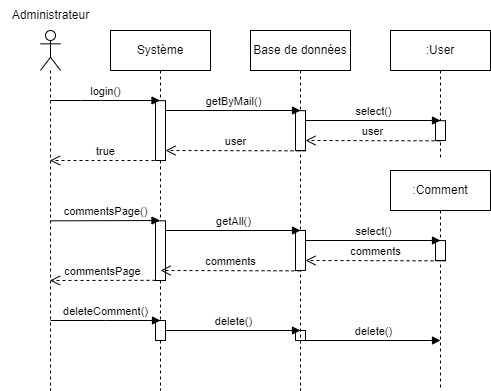
Earlier version of the draw.io export diagrammes/séquences/2-Suppression d'un commentaire.png (Simoncharbonnier/OCP5). Source tidied: cells renumbered, new cells last; positions are measured from the earlier drawing's top-left corner, leaving out a move shared by most shapes.
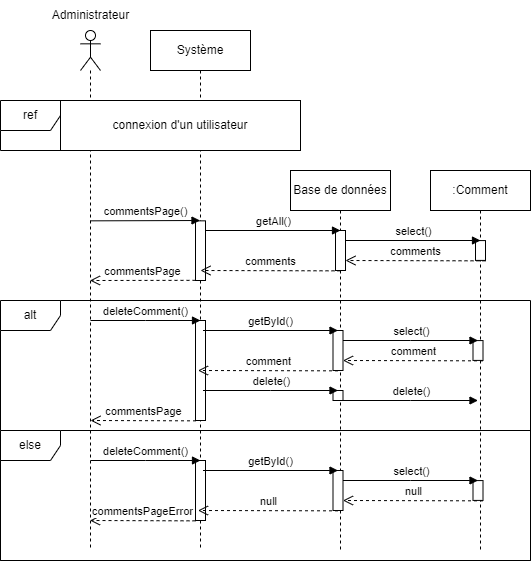
The same file after the commit.

The edit, as a diff of the source:
```diff
@@ -3,97 +3,29 @@
     <mxCell id="0" />
     <mxCell id="1" parent="0" />
     <mxCell id="2" style="shape=umlLifeline;perimeter=lifelinePerimeter;whiteSpace=wrap;html=1;outlineConnect=0;portConstraint=eastwest;newEdgeStyle={&quot;edgeStyle&quot;:&quot;elbowEdgeStyle&quot;,&quot;elbow&quot;:&quot;vertical&quot;,&quot;curved&quot;:0,&quot;rounded&quot;:0};participant=umlActor;" parent="1" vertex="1">
-      <mxGeometry x="40" y="30" width="20" height="360" as="geometry" />
+      <mxGeometry x="40" y="30" width="20" height="520" as="geometry" />
     </mxCell>
     <mxCell id="3" value="Administrateur" style="text;html=1;align=center;verticalAlign=middle;strokeColor=none;fillColor=none;" parent="1" vertex="1">
       <mxGeometry width="100" height="30" as="geometry" />
     </mxCell>
     <mxCell id="4" value="Système" style="shape=umlLifeline;perimeter=lifelinePerimeter;whiteSpace=wrap;html=1;outlineConnect=0;portConstraint=eastwest;newEdgeStyle={&quot;edgeStyle&quot;:&quot;elbowEdgeStyle&quot;,&quot;elbow&quot;:&quot;vertical&quot;,&quot;curved&quot;:0,&quot;rounded&quot;:0};" parent="1" vertex="1">
-      <mxGeometry x="110" y="30" width="100" height="360" as="geometry" />
+      <mxGeometry x="110" y="30" width="100" height="520" as="geometry" />
     </mxCell>
     <mxCell id="5" style="html=1;points=[];perimeter=orthogonalPerimeter;outlineConnect=0;targetShapes=umlLifeline;portConstraint=eastwest;newEdgeStyle={&quot;edgeStyle&quot;:&quot;elbowEdgeStyle&quot;,&quot;elbow&quot;:&quot;vertical&quot;,&quot;curved&quot;:0,&quot;rounded&quot;:0};" parent="4" vertex="1">
       <mxGeometry x="45" y="190.3" width="10" height="59.7" as="geometry" />
     </mxCell>
-    <mxCell id="6" style="html=1;points=[];perimeter=orthogonalPerimeter;outlineConnect=0;targetShapes=umlLifeline;portConstraint=eastwest;newEdgeStyle={&quot;edgeStyle&quot;:&quot;elbowEdgeStyle&quot;,&quot;elbow&quot;:&quot;vertical&quot;,&quot;curved&quot;:0,&quot;rounded&quot;:0};" parent="4" vertex="1">
-      <mxGeometry x="45" y="70.2" width="10" height="59.8" as="geometry" />
-    </mxCell>
-    <mxCell id="7" style="html=1;perimeter=orthogonalPerimeter;targetShapes=umlLifeline;newEdgeStyle={&quot;edgeStyle&quot;:&quot;elbowEdgeStyle&quot;,&quot;elbow&quot;:&quot;vertical&quot;,&quot;curved&quot;:0,&quot;rounded&quot;:0};" parent="4" vertex="1">
-      <mxGeometry x="45" y="290" width="10" height="20" as="geometry" />
-    </mxCell>
-    <mxCell id="8" style="html=1;points=[];perimeter=orthogonalPerimeter;outlineConnect=0;targetShapes=umlLifeline;portConstraint=eastwest;newEdgeStyle={&quot;edgeStyle&quot;:&quot;elbowEdgeStyle&quot;,&quot;elbow&quot;:&quot;vertical&quot;,&quot;curved&quot;:0,&quot;rounded&quot;:0};" parent="4" vertex="1">
-      <mxGeometry x="185" y="300" width="10" height="10" as="geometry" />
-    </mxCell>
-    <mxCell id="9" value="delete()" style="html=1;verticalAlign=bottom;endArrow=block;edgeStyle=elbowEdgeStyle;elbow=vertical;curved=0;rounded=0;" parent="4" edge="1">
-      <mxGeometry relative="1" as="geometry">
-        <mxPoint x="55" y="300" as="sourcePoint" />
-        <mxPoint x="190" y="300" as="targetPoint" />
-      </mxGeometry>
-    </mxCell>
-    <mxCell id="10" value="delete()" style="html=1;verticalAlign=bottom;endArrow=block;edgeStyle=elbowEdgeStyle;elbow=vertical;curved=0;rounded=0;" parent="4" edge="1" source="8">
-      <mxGeometry relative="1" as="geometry">
-        <mxPoint x="330" y="310" as="targetPoint" />
-      </mxGeometry>
-    </mxCell>
-    <mxCell id="11" value="deleteComment()" style="html=1;verticalAlign=bottom;endArrow=block;edgeStyle=elbowEdgeStyle;elbow=vertical;curved=0;rounded=0;" parent="4" edge="1">
-      <mxGeometry relative="1" as="geometry">
-        <mxPoint x="-60" y="290" as="sourcePoint" />
-        <mxPoint x="50" y="290" as="targetPoint" />
-      </mxGeometry>
-    </mxCell>
     <mxCell id="12" value="Base de données" style="shape=umlLifeline;perimeter=lifelinePerimeter;whiteSpace=wrap;html=1;newEdgeStyle={&quot;edgeStyle&quot;:&quot;elbowEdgeStyle&quot;,&quot;elbow&quot;:&quot;vertical&quot;,&quot;curved&quot;:0,&quot;rounded&quot;:0};" parent="1" vertex="1">
-      <mxGeometry x="250" y="30" width="100" height="360" as="geometry" />
+      <mxGeometry x="250" y="170" width="100" height="380" as="geometry" />
     </mxCell>
-    <mxCell id="13" style="html=1;points=[];perimeter=orthogonalPerimeter;outlineConnect=0;targetShapes=umlLifeline;portConstraint=eastwest;newEdgeStyle={&quot;edgeStyle&quot;:&quot;elbowEdgeStyle&quot;,&quot;elbow&quot;:&quot;vertical&quot;,&quot;curved&quot;:0,&quot;rounded&quot;:0};" parent="12" vertex="1">
-      <mxGeometry x="45" y="80.2" width="10" height="39.8" as="geometry" />
-    </mxCell>
     <mxCell id="14" style="html=1;points=[];perimeter=orthogonalPerimeter;outlineConnect=0;targetShapes=umlLifeline;portConstraint=eastwest;newEdgeStyle={&quot;edgeStyle&quot;:&quot;elbowEdgeStyle&quot;,&quot;elbow&quot;:&quot;vertical&quot;,&quot;curved&quot;:0,&quot;rounded&quot;:0};" parent="12" vertex="1">
-      <mxGeometry x="45" y="200" width="10" height="40" as="geometry" />
+      <mxGeometry x="45" y="60" width="10" height="40" as="geometry" />
     </mxCell>
-    <mxCell id="15" value=":User" style="shape=umlLifeline;perimeter=lifelinePerimeter;whiteSpace=wrap;html=1;newEdgeStyle={&quot;edgeStyle&quot;:&quot;elbowEdgeStyle&quot;,&quot;elbow&quot;:&quot;vertical&quot;,&quot;curved&quot;:0,&quot;rounded&quot;:0};" parent="1" vertex="1">
-      <mxGeometry x="390" y="30" width="100" height="130" as="geometry" />
-    </mxCell>
-    <mxCell id="16" style="html=1;perimeter=orthogonalPerimeter;targetShapes=umlLifeline;newEdgeStyle={&quot;edgeStyle&quot;:&quot;elbowEdgeStyle&quot;,&quot;elbow&quot;:&quot;vertical&quot;,&quot;curved&quot;:0,&quot;rounded&quot;:0};" parent="15" vertex="1">
-      <mxGeometry x="45" y="90.2" width="10" height="19.8" as="geometry" />
-    </mxCell>
     <mxCell id="17" value="commentsPage()" style="html=1;verticalAlign=bottom;endArrow=block;edgeStyle=elbowEdgeStyle;elbow=vertical;curved=0;rounded=0;" parent="1" edge="1">
       <mxGeometry relative="1" as="geometry">
         <mxPoint x="50" y="220.3" as="sourcePoint" />
         <mxPoint x="159.5" y="220.2" as="targetPoint" />
       </mxGeometry>
     </mxCell>
-    <mxCell id="18" value="login()" style="html=1;verticalAlign=bottom;endArrow=block;edgeStyle=elbowEdgeStyle;elbow=vertical;curved=0;rounded=0;" parent="1" edge="1" target="4">
-      <mxGeometry relative="1" as="geometry">
-        <mxPoint x="50" y="100" as="sourcePoint" />
-      </mxGeometry>
-    </mxCell>
-    <mxCell id="19" value="true" style="html=1;verticalAlign=bottom;endArrow=open;dashed=1;endSize=8;edgeStyle=elbowEdgeStyle;elbow=vertical;curved=0;rounded=0;" parent="1" edge="1" target="2">
-      <mxGeometry relative="1" as="geometry">
-        <mxPoint x="160" y="160" as="sourcePoint" />
-        <Array as="points">
-          <mxPoint x="130" y="160" />
-        </Array>
-      </mxGeometry>
-    </mxCell>
-    <mxCell id="20" value="getByMail()" style="html=1;verticalAlign=bottom;endArrow=block;edgeStyle=elbowEdgeStyle;elbow=vertical;curved=0;rounded=0;" parent="1" edge="1" source="6">
-      <mxGeometry relative="1" as="geometry">
-        <mxPoint x="300" y="110" as="targetPoint" />
-      </mxGeometry>
-    </mxCell>
-    <mxCell id="21" value="select()" style="html=1;verticalAlign=bottom;endArrow=block;edgeStyle=elbowEdgeStyle;elbow=vertical;curved=0;rounded=0;" parent="1" edge="1" source="13">
-      <mxGeometry relative="1" as="geometry">
-        <mxPoint x="440" y="120" as="targetPoint" />
-      </mxGeometry>
-    </mxCell>
-    <mxCell id="22" value="user" style="html=1;verticalAlign=bottom;endArrow=open;dashed=1;endSize=8;edgeStyle=elbowEdgeStyle;elbow=vertical;curved=0;rounded=0;" parent="1" edge="1" target="13">
-      <mxGeometry relative="1" as="geometry">
-        <mxPoint x="440" y="140.3" as="sourcePoint" />
-      </mxGeometry>
-    </mxCell>
-    <mxCell id="23" value="user" style="html=1;verticalAlign=bottom;endArrow=open;dashed=1;endSize=8;edgeStyle=elbowEdgeStyle;elbow=vertical;curved=0;rounded=0;" parent="1" edge="1" target="6">
-      <mxGeometry relative="1" as="geometry">
-        <mxPoint x="305" y="150.3" as="sourcePoint" />
-      </mxGeometry>
-    </mxCell>
     <mxCell id="24" value="commentsPage" style="html=1;verticalAlign=bottom;endArrow=open;dashed=1;endSize=8;edgeStyle=elbowEdgeStyle;elbow=vertical;curved=0;rounded=0;" parent="1" edge="1">
       <mxGeometry relative="1" as="geometry">
         <mxPoint x="155" y="279.8" as="sourcePoint" />
@@ -101,11 +33,123 @@
       </mxGeometry>
     </mxCell>
     <mxCell id="25" value=":Comment" style="shape=umlLifeline;perimeter=lifelinePerimeter;whiteSpace=wrap;html=1;newEdgeStyle={&quot;edgeStyle&quot;:&quot;elbowEdgeStyle&quot;,&quot;elbow&quot;:&quot;vertical&quot;,&quot;curved&quot;:0,&quot;rounded&quot;:0};" parent="1" vertex="1">
-      <mxGeometry x="390" y="170" width="100" height="220" as="geometry" />
+      <mxGeometry x="390" y="170" width="100" height="380" as="geometry" />
     </mxCell>
     <mxCell id="26" style="html=1;perimeter=orthogonalPerimeter;targetShapes=umlLifeline;newEdgeStyle={&quot;edgeStyle&quot;:&quot;elbowEdgeStyle&quot;,&quot;elbow&quot;:&quot;vertical&quot;,&quot;curved&quot;:0,&quot;rounded&quot;:0};" parent="25" vertex="1">
       <mxGeometry x="45" y="70.1" width="10" height="19.8" as="geometry" />
     </mxCell>
+    <mxCell id="31" style="html=1;perimeter=orthogonalPerimeter;targetShapes=umlLifeline;newEdgeStyle={&quot;edgeStyle&quot;:&quot;elbowEdgeStyle&quot;,&quot;elbow&quot;:&quot;vertical&quot;,&quot;curved&quot;:0,&quot;rounded&quot;:0};" parent="25" vertex="1">
+      <mxGeometry x="-235" y="150" width="10" height="100" as="geometry" />
+    </mxCell>
+    <mxCell id="32" value="deleteComment()" style="html=1;verticalAlign=bottom;endArrow=block;edgeStyle=elbowEdgeStyle;elbow=vertical;curved=0;rounded=0;" parent="25" edge="1">
+      <mxGeometry relative="1" as="geometry">
+        <mxPoint x="-340" y="150" as="sourcePoint" />
+        <mxPoint x="-230" y="150" as="targetPoint" />
+      </mxGeometry>
+    </mxCell>
+    <mxCell id="33" style="html=1;points=[];perimeter=orthogonalPerimeter;outlineConnect=0;targetShapes=umlLifeline;portConstraint=eastwest;newEdgeStyle={&quot;edgeStyle&quot;:&quot;elbowEdgeStyle&quot;,&quot;elbow&quot;:&quot;vertical&quot;,&quot;curved&quot;:0,&quot;rounded&quot;:0};" parent="25" vertex="1">
+      <mxGeometry x="-97.5" y="160" width="10" height="40" as="geometry" />
+    </mxCell>
+    <mxCell id="34" style="html=1;perimeter=orthogonalPerimeter;targetShapes=umlLifeline;newEdgeStyle={&quot;edgeStyle&quot;:&quot;elbowEdgeStyle&quot;,&quot;elbow&quot;:&quot;vertical&quot;,&quot;curved&quot;:0,&quot;rounded&quot;:0};" parent="25" vertex="1">
+      <mxGeometry x="42.5" y="170.1" width="10" height="19.8" as="geometry" />
+    </mxCell>
+    <mxCell id="35" value="getById()" style="html=1;verticalAlign=bottom;endArrow=block;edgeStyle=elbowEdgeStyle;elbow=vertical;curved=0;rounded=0;" parent="25" edge="1">
+      <mxGeometry relative="1" as="geometry">
+        <mxPoint x="-227.5" y="160" as="sourcePoint" />
+        <mxPoint x="-92.5" y="160" as="targetPoint" />
+        <Array as="points">
+          <mxPoint x="-92.5" y="160" />
+        </Array>
+      </mxGeometry>
+    </mxCell>
+    <mxCell id="36" value="comment" style="html=1;verticalAlign=bottom;endArrow=open;dashed=1;endSize=8;edgeStyle=elbowEdgeStyle;elbow=vertical;curved=0;rounded=0;" parent="25" edge="1">
+      <mxGeometry relative="1" as="geometry">
+        <mxPoint x="-92.5" y="200.3" as="sourcePoint" />
+        <mxPoint x="-232.5" y="200" as="targetPoint" />
+      </mxGeometry>
+    </mxCell>
+    <mxCell id="37" value="select()" style="html=1;verticalAlign=bottom;endArrow=block;edgeStyle=elbowEdgeStyle;elbow=vertical;curved=0;rounded=0;" parent="25" edge="1" source="33">
+      <mxGeometry relative="1" as="geometry">
+        <mxPoint x="47.5" y="170" as="targetPoint" />
+      </mxGeometry>
+    </mxCell>
+    <mxCell id="38" value="comment" style="html=1;verticalAlign=bottom;endArrow=open;dashed=1;endSize=8;edgeStyle=elbowEdgeStyle;elbow=vertical;curved=0;rounded=0;" parent="25" edge="1" target="33">
+      <mxGeometry relative="1" as="geometry">
+        <mxPoint x="52.5" y="190.3" as="sourcePoint" />
+      </mxGeometry>
+    </mxCell>
+    <mxCell id="39" style="html=1;points=[];perimeter=orthogonalPerimeter;outlineConnect=0;targetShapes=umlLifeline;portConstraint=eastwest;newEdgeStyle={&quot;edgeStyle&quot;:&quot;elbowEdgeStyle&quot;,&quot;elbow&quot;:&quot;vertical&quot;,&quot;curved&quot;:0,&quot;rounded&quot;:0};" parent="25" vertex="1">
+      <mxGeometry x="-97.5" y="220" width="10" height="10" as="geometry" />
+    </mxCell>
+    <mxCell id="40" value="delete()" style="html=1;verticalAlign=bottom;endArrow=block;edgeStyle=elbowEdgeStyle;elbow=vertical;curved=0;rounded=0;" parent="25" edge="1">
+      <mxGeometry relative="1" as="geometry">
+        <mxPoint x="-227.5" y="220" as="sourcePoint" />
+        <mxPoint x="-92.5" y="220" as="targetPoint" />
+      </mxGeometry>
+    </mxCell>
+    <mxCell id="41" value="delete()" style="html=1;verticalAlign=bottom;endArrow=block;edgeStyle=elbowEdgeStyle;elbow=vertical;curved=0;rounded=0;" parent="25" edge="1" source="39">
+      <mxGeometry relative="1" as="geometry">
+        <mxPoint x="47.5" y="230" as="targetPoint" />
+      </mxGeometry>
+    </mxCell>
+    <mxCell id="42" value="commentsPage" style="html=1;verticalAlign=bottom;endArrow=open;dashed=1;endSize=8;edgeStyle=elbowEdgeStyle;elbow=vertical;curved=0;rounded=0;" parent="25" edge="1">
+      <mxGeometry relative="1" as="geometry">
+        <mxPoint x="-234.5" y="250.3" as="sourcePoint" />
+        <mxPoint x="-340" y="250" as="targetPoint" />
+      </mxGeometry>
+    </mxCell>
+    <mxCell id="43" style="html=1;perimeter=orthogonalPerimeter;targetShapes=umlLifeline;newEdgeStyle={&quot;edgeStyle&quot;:&quot;elbowEdgeStyle&quot;,&quot;elbow&quot;:&quot;vertical&quot;,&quot;curved&quot;:0,&quot;rounded&quot;:0};" parent="25" vertex="1">
+      <mxGeometry x="-235" y="290" width="10" height="60" as="geometry" />
+    </mxCell>
+    <mxCell id="44" value="deleteComment()" style="html=1;verticalAlign=bottom;endArrow=block;edgeStyle=elbowEdgeStyle;elbow=vertical;curved=0;rounded=0;" parent="25" edge="1">
+      <mxGeometry relative="1" as="geometry">
+        <mxPoint x="-340" y="290" as="sourcePoint" />
+        <mxPoint x="-230" y="290" as="targetPoint" />
+      </mxGeometry>
+    </mxCell>
+    <mxCell id="45" style="html=1;points=[];perimeter=orthogonalPerimeter;outlineConnect=0;targetShapes=umlLifeline;portConstraint=eastwest;newEdgeStyle={&quot;edgeStyle&quot;:&quot;elbowEdgeStyle&quot;,&quot;elbow&quot;:&quot;vertical&quot;,&quot;curved&quot;:0,&quot;rounded&quot;:0};" parent="25" vertex="1">
+      <mxGeometry x="-97.5" y="300" width="10" height="40" as="geometry" />
+    </mxCell>
+    <mxCell id="46" style="html=1;perimeter=orthogonalPerimeter;targetShapes=umlLifeline;newEdgeStyle={&quot;edgeStyle&quot;:&quot;elbowEdgeStyle&quot;,&quot;elbow&quot;:&quot;vertical&quot;,&quot;curved&quot;:0,&quot;rounded&quot;:0};" parent="25" vertex="1">
+      <mxGeometry x="42.5" y="310.1" width="10" height="19.8" as="geometry" />
+    </mxCell>
+    <mxCell id="47" value="getById()" style="html=1;verticalAlign=bottom;endArrow=block;edgeStyle=elbowEdgeStyle;elbow=vertical;curved=0;rounded=0;" parent="25" edge="1">
+      <mxGeometry relative="1" as="geometry">
+        <mxPoint x="-227.5" y="300" as="sourcePoint" />
+        <mxPoint x="-92.5" y="300" as="targetPoint" />
+        <Array as="points">
+          <mxPoint x="-92.5" y="300" />
+        </Array>
+      </mxGeometry>
+    </mxCell>
+    <mxCell id="48" value="null" style="html=1;verticalAlign=bottom;endArrow=open;dashed=1;endSize=8;edgeStyle=elbowEdgeStyle;elbow=vertical;curved=0;rounded=0;" parent="25" edge="1">
+      <mxGeometry relative="1" as="geometry">
+        <mxPoint x="-92.5" y="340.3" as="sourcePoint" />
+        <mxPoint x="-232.5" y="340" as="targetPoint" />
+      </mxGeometry>
+    </mxCell>
+    <mxCell id="49" value="select()" style="html=1;verticalAlign=bottom;endArrow=block;edgeStyle=elbowEdgeStyle;elbow=vertical;curved=0;rounded=0;" parent="25" edge="1" source="45">
+      <mxGeometry relative="1" as="geometry">
+        <mxPoint x="47.5" y="310" as="targetPoint" />
+      </mxGeometry>
+    </mxCell>
+    <mxCell id="50" value="null" style="html=1;verticalAlign=bottom;endArrow=open;dashed=1;endSize=8;edgeStyle=elbowEdgeStyle;elbow=vertical;curved=0;rounded=0;" parent="25" edge="1" target="45">
+      <mxGeometry relative="1" as="geometry">
+        <mxPoint x="52.5" y="330.3" as="sourcePoint" />
+      </mxGeometry>
+    </mxCell>
+    <mxCell id="51" value="commentsPageError" style="html=1;verticalAlign=bottom;endArrow=open;dashed=1;endSize=8;edgeStyle=elbowEdgeStyle;elbow=vertical;curved=0;rounded=0;" parent="25" edge="1">
+      <mxGeometry relative="1" as="geometry">
+        <mxPoint x="-235" y="350.3" as="sourcePoint" />
+        <mxPoint x="-340.5" y="350" as="targetPoint" />
+      </mxGeometry>
+    </mxCell>
+    <mxCell id="52" value="alt" style="shape=umlFrame;whiteSpace=wrap;html=1;labelBackgroundColor=default;fontStyle=0;shadow=0;perimeterSpacing=0;" parent="25" vertex="1">
+      <mxGeometry x="-430" y="130" width="530" height="260" as="geometry" />
+    </mxCell>
+    <mxCell id="53" value="else" style="shape=umlFrame;whiteSpace=wrap;html=1;labelBackgroundColor=default;fontStyle=0;shadow=0;perimeterSpacing=0;" parent="25" vertex="1">
+      <mxGeometry x="-430" y="260" width="530" height="130" as="geometry" />
+    </mxCell>
     <mxCell id="27" value="getAll()" style="html=1;verticalAlign=bottom;endArrow=block;edgeStyle=elbowEdgeStyle;elbow=vertical;curved=0;rounded=0;" parent="1" edge="1" source="5">
       <mxGeometry relative="1" as="geometry">
         <mxPoint x="300" y="230" as="targetPoint" />
@@ -130,5 +174,11 @@
         <mxPoint x="445" y="260.3" as="sourcePoint" />
       </mxGeometry>
     </mxCell>
+    <mxCell id="54" value="ref" style="shape=umlFrame;whiteSpace=wrap;html=1;labelBackgroundColor=default;fontStyle=0;shadow=0;perimeterSpacing=0;" parent="1" vertex="1">
+      <mxGeometry x="-40" y="100" width="300" height="50" as="geometry" />
+    </mxCell>
+    <mxCell id="55" value="connexion d'un utilisateur" style="text;html=1;strokeColor=default;fillColor=default;align=center;verticalAlign=middle;whiteSpace=wrap;rounded=0;" parent="1" vertex="1">
+      <mxGeometry x="20" y="100" width="240" height="50" as="geometry" />
+    </mxCell>
   </root>
 </mxGraphModel>
```
